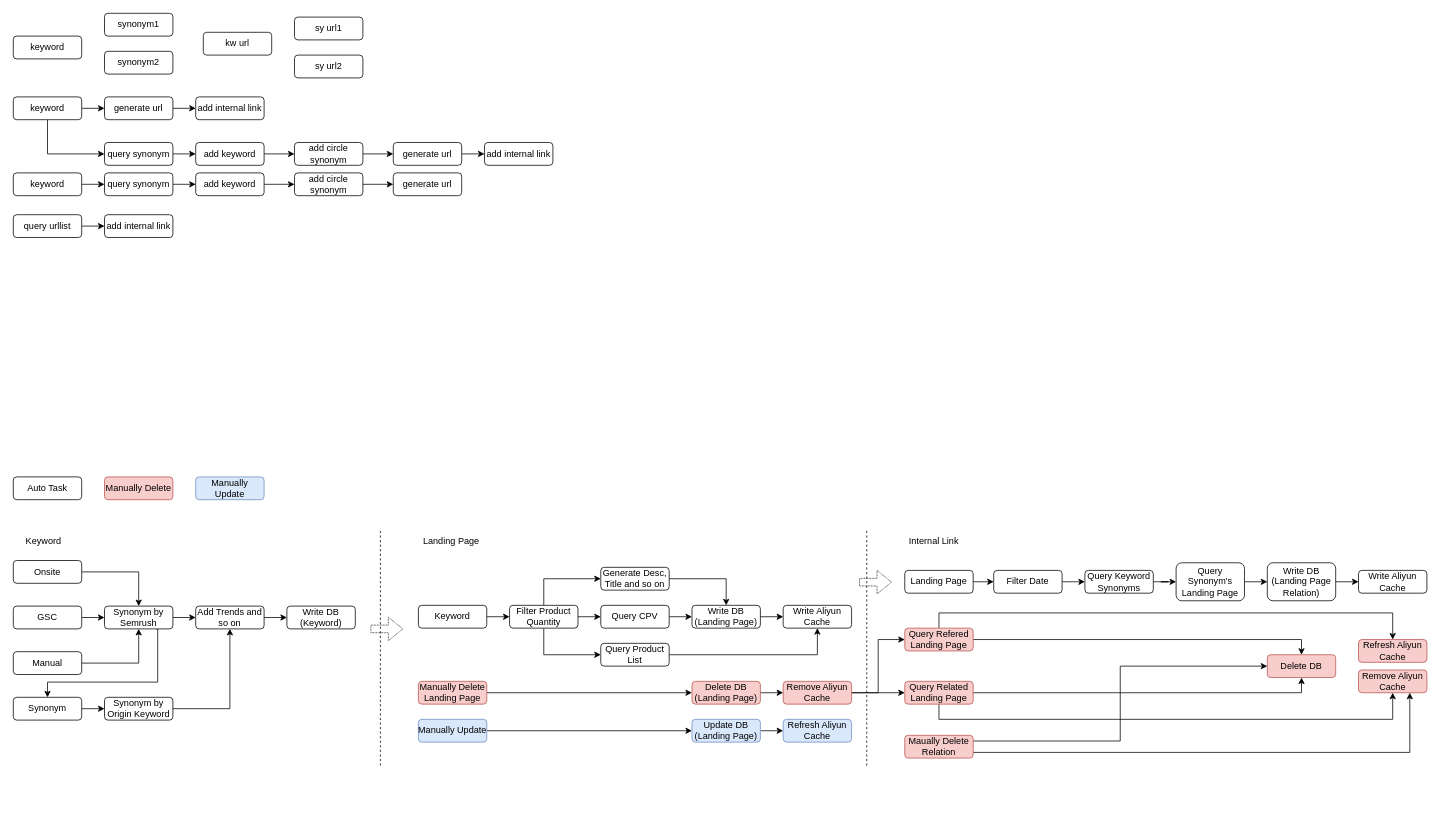
Earlier version of the draw.io diagram drawio/internal_link.drawio (VisableHarry/seo-drawio). Source tidied: cells renumbered, new cells numbered last; positions are measured from the earlier drawing's top-left corner, leaving out a move shared by most shapes. Both pictures are drawn from the tidied source at 76%, with x=0, y=0 at pixel (13, 13).
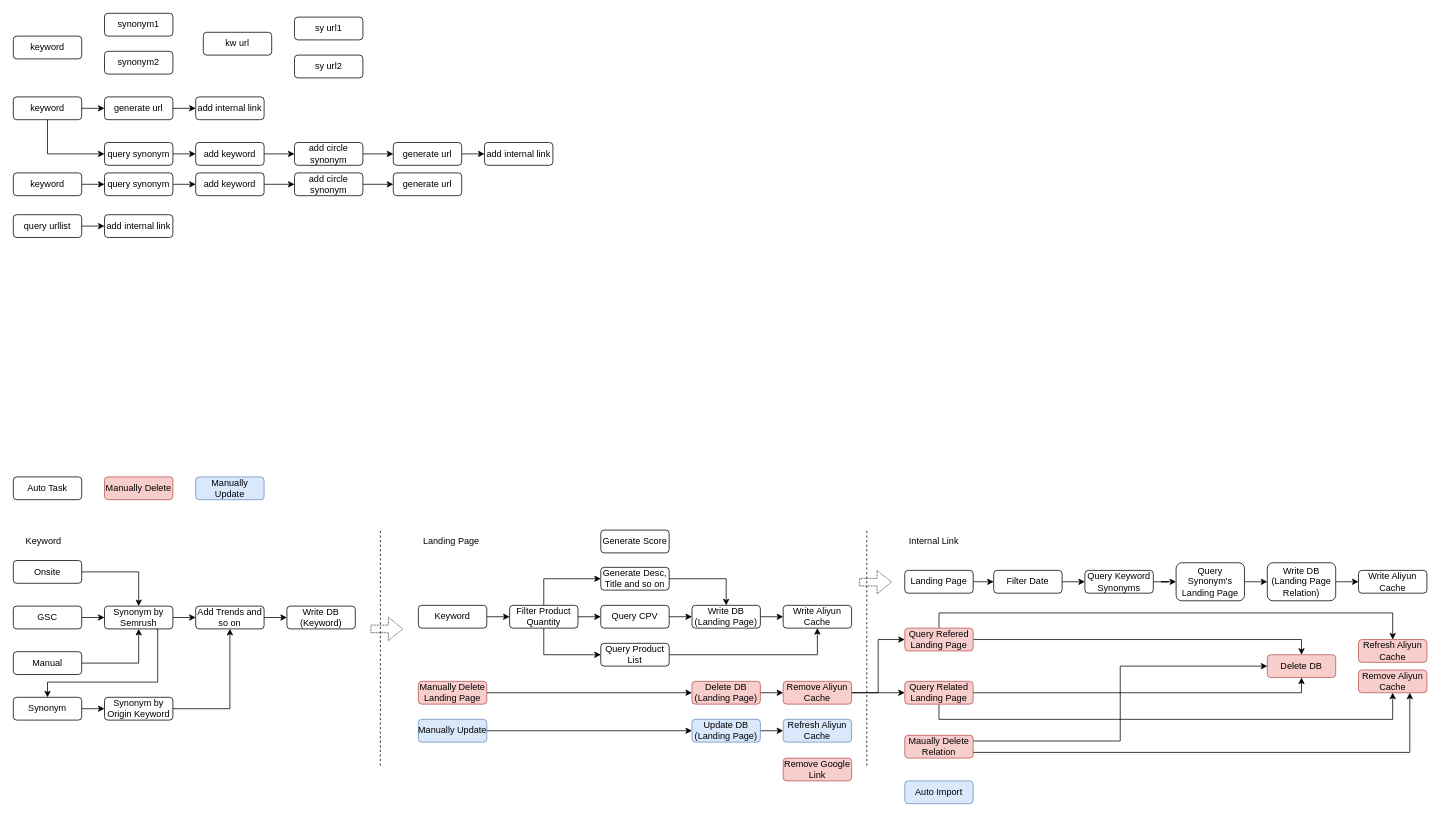
Above is the later version.

What changed in the source:
```diff
@@
+    <mxCell id="111" value="Remove Google Link" style="rounded=1;whiteSpace=wrap;html=1;fillColor=#f8cecc;strokeColor=#b85450;" parent="1" vertex="1">
+      <mxGeometry x="1013" y="980" width="90" height="30" as="geometry" />
+    </mxCell>
+    <mxCell id="112" value="Generate Score" style="rounded=1;whiteSpace=wrap;html=1;" parent="1" vertex="1">
+      <mxGeometry x="773" y="680" width="90" height="30" as="geometry" />
+    </mxCell>
+    <mxCell id="113" value="Auto Import" style="rounded=1;whiteSpace=wrap;html=1;fillColor=#dae8fc;strokeColor=#6c8ebf;" parent="1" vertex="1">
+      <mxGeometry x="1173" y="1010" width="90" height="30" as="geometry" />
+    </mxCell>
```
